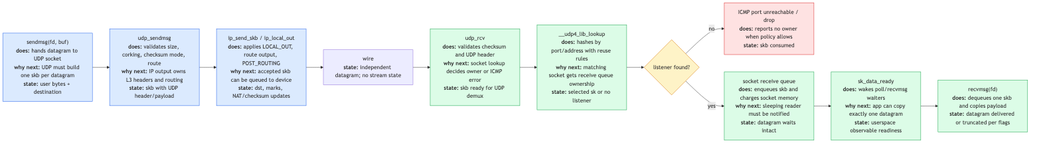
The Mermaid diagram linux-net/src/diagrams/day14_udp.png in biefy/books, before a commit. Its source is kept beside it as linux-net/src/diagrams/src/day14_udp.mmd. The source it was exported from:
```mermaid
flowchart LR
    Send["sendmsg(fd, buf)<br/><b>does:</b> hands datagram to UDP socket<br/><b>why next:</b> UDP must build one skb per datagram<br/><b>state:</b> user bytes + destination"]
    UdpSend["udp_sendmsg<br/><b>does:</b> validates size, corking, checksum mode, route<br/><b>why next:</b> IP output owns L3 headers and routing<br/><b>state:</b> skb with UDP header/payload"]
    IpOut["ip_send_skb / ip_local_out<br/><b>does:</b> applies LOCAL_OUT, route output, POST_ROUTING<br/><b>why next:</b> accepted skb can be queued to device<br/><b>state:</b> dst, marks, NAT/checksum updates"]
    Wire["wire<br/><b>state:</b> independent datagram; no stream state"]
    UdpRcv["udp_rcv<br/><b>does:</b> validates checksum and UDP header<br/><b>why next:</b> socket lookup decides owner or ICMP error<br/><b>state:</b> skb ready for UDP demux"]
    Lookup["__udp4_lib_lookup<br/><b>does:</b> hashes by port/address with reuse rules<br/><b>why next:</b> matching socket gets receive queue ownership<br/><b>state:</b> selected sk or no listener"]
    Found{"listener found?"}
    Drop["ICMP port unreachable / drop<br/><b>does:</b> reports no owner when policy allows<br/><b>state:</b> skb consumed"]
    Queue["socket receive queue<br/><b>does:</b> enqueues skb and charges socket memory<br/><b>why next:</b> sleeping reader must be notified<br/><b>state:</b> datagram waits intact"]
    Wake["sk_data_ready<br/><b>does:</b> wakes poll/recvmsg waiters<br/><b>why next:</b> app can copy exactly one datagram<br/><b>state:</b> userspace observable readiness"]
    Recv["recvmsg(fd)<br/><b>does:</b> dequeues one skb and copies payload<br/><b>state:</b> datagram delivered or truncated per flags"]

    Send --> UdpSend --> IpOut --> Wire --> UdpRcv --> Lookup --> Found
    Found -->|no| Drop
    Found -->|yes| Queue --> Wake --> Recv

    classDef tx fill:#dbeafe,stroke:#2563eb
    classDef rx fill:#dcfce7,stroke:#16a34a
    classDef decision fill:#fef3c7,stroke:#d97706
    classDef bad fill:#fee2e2,stroke:#dc2626
    class Send,UdpSend,IpOut tx
    class UdpRcv,Lookup,Queue,Wake,Recv rx
    class Found decision
    class Drop bad
```
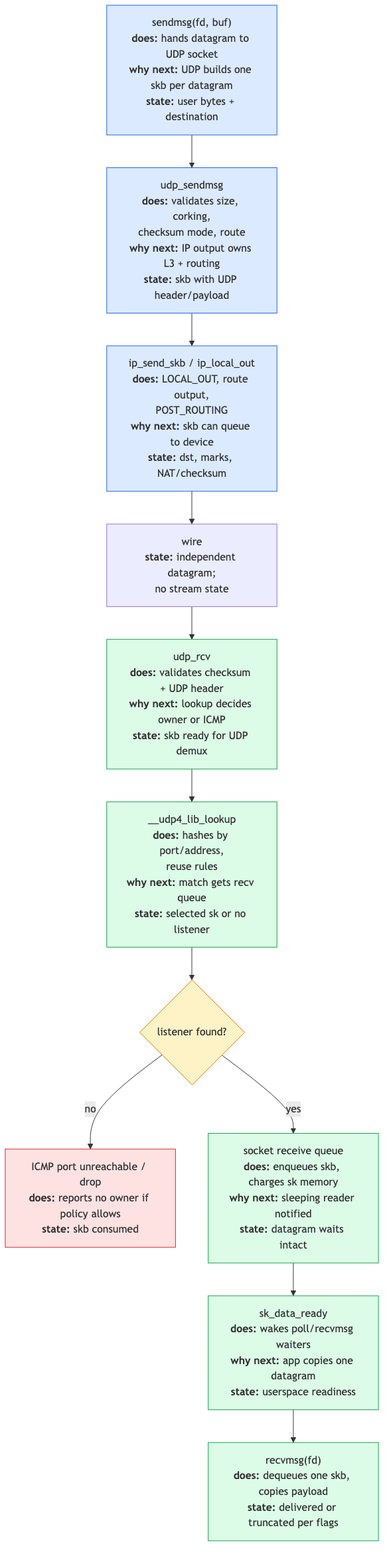
Later version of the same file.

What changed in the source:
```diff
@@ -1,15 +1,15 @@
-flowchart LR
-    Send["sendmsg(fd, buf)<br/><b>does:</b> hands datagram to UDP socket<br/><b>why next:</b> UDP must build one skb per datagram<br/><b>state:</b> user bytes + destination"]
-    UdpSend["udp_sendmsg<br/><b>does:</b> validates size, corking, checksum mode, route<br/><b>why next:</b> IP output owns L3 headers and routing<br/><b>state:</b> skb with UDP header/payload"]
-    IpOut["ip_send_skb / ip_local_out<br/><b>does:</b> applies LOCAL_OUT, route output, POST_ROUTING<br/><b>why next:</b> accepted skb can be queued to device<br/><b>state:</b> dst, marks, NAT/checksum updates"]
-    Wire["wire<br/><b>state:</b> independent datagram; no stream state"]
-    UdpRcv["udp_rcv<br/><b>does:</b> validates checksum and UDP header<br/><b>why next:</b> socket lookup decides owner or ICMP error<br/><b>state:</b> skb ready for UDP demux"]
-    Lookup["__udp4_lib_lookup<br/><b>does:</b> hashes by port/address with reuse rules<br/><b>why next:</b> matching socket gets receive queue ownership<br/><b>state:</b> selected sk or no listener"]
+flowchart TD
+    Send["sendmsg(fd, buf)<br/><b>does:</b> hands datagram to UDP socket<br/><b>why next:</b> UDP builds one skb per datagram<br/><b>state:</b> user bytes + destination"]
+    UdpSend["udp_sendmsg<br/><b>does:</b> validates size, corking,<br/>checksum mode, route<br/><b>why next:</b> IP output owns L3 + routing<br/><b>state:</b> skb with UDP header/payload"]
+    IpOut["ip_send_skb / ip_local_out<br/><b>does:</b> LOCAL_OUT, route output,<br/>POST_ROUTING<br/><b>why next:</b> skb can queue to device<br/><b>state:</b> dst, marks, NAT/checksum"]
+    Wire["wire<br/><b>state:</b> independent datagram;<br/>no stream state"]
+    UdpRcv["udp_rcv<br/><b>does:</b> validates checksum + UDP header<br/><b>why next:</b> lookup decides owner or ICMP<br/><b>state:</b> skb ready for UDP demux"]
+    Lookup["__udp4_lib_lookup<br/><b>does:</b> hashes by port/address,<br/>reuse rules<br/><b>why next:</b> match gets recv queue<br/><b>state:</b> selected sk or no listener"]
     Found{"listener found?"}
-    Drop["ICMP port unreachable / drop<br/><b>does:</b> reports no owner when policy allows<br/><b>state:</b> skb consumed"]
-    Queue["socket receive queue<br/><b>does:</b> enqueues skb and charges socket memory<br/><b>why next:</b> sleeping reader must be notified<br/><b>state:</b> datagram waits intact"]
-    Wake["sk_data_ready<br/><b>does:</b> wakes poll/recvmsg waiters<br/><b>why next:</b> app can copy exactly one datagram<br/><b>state:</b> userspace observable readiness"]
-    Recv["recvmsg(fd)<br/><b>does:</b> dequeues one skb and copies payload<br/><b>state:</b> datagram delivered or truncated per flags"]
+    Drop["ICMP port unreachable / drop<br/><b>does:</b> reports no owner if policy allows<br/><b>state:</b> skb consumed"]
+    Queue["socket receive queue<br/><b>does:</b> enqueues skb, charges sk memory<br/><b>why next:</b> sleeping reader notified<br/><b>state:</b> datagram waits intact"]
+    Wake["sk_data_ready<br/><b>does:</b> wakes poll/recvmsg waiters<br/><b>why next:</b> app copies one datagram<br/><b>state:</b> userspace readiness"]
+    Recv["recvmsg(fd)<br/><b>does:</b> dequeues one skb, copies payload<br/><b>state:</b> delivered or truncated per flags"]
 
     Send --> UdpSend --> IpOut --> Wire --> UdpRcv --> Lookup --> Found
     Found -->|no| Drop
```
